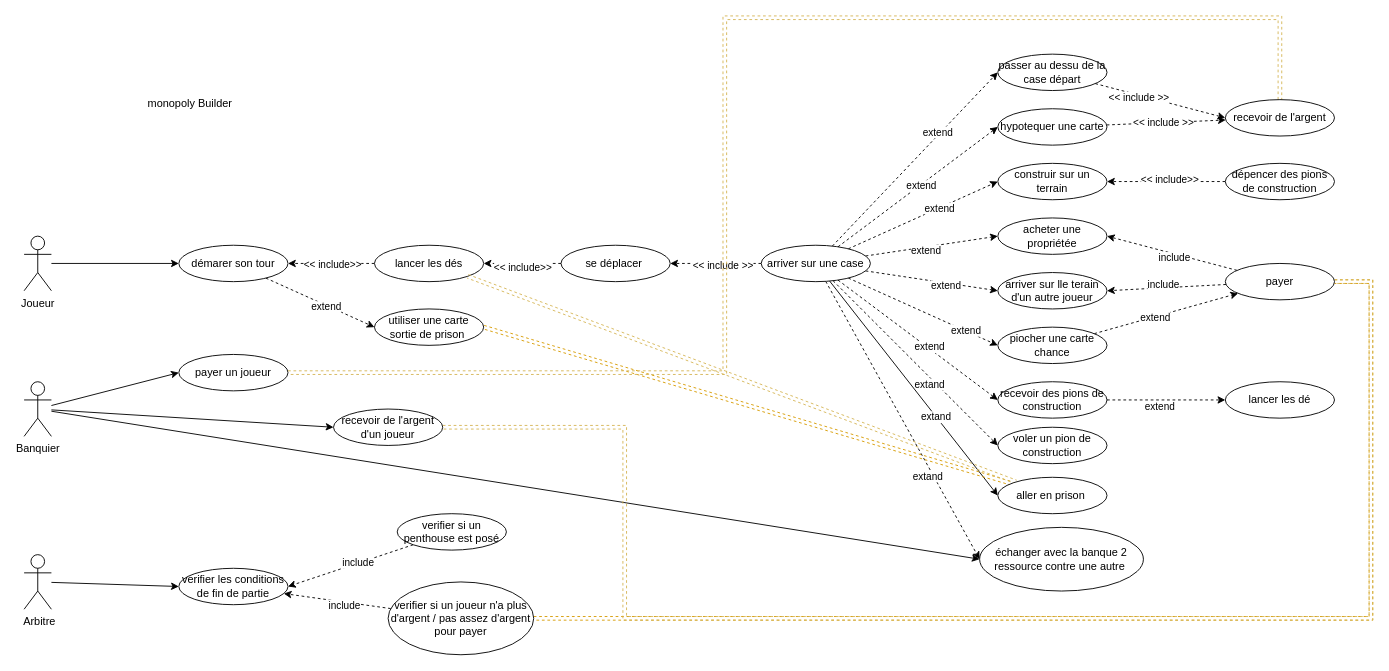
Above: B__Analyse/UseCaseDiagram.drawio in gazhonsepaskwa/builder (draw.io), before the change. Source tidied: cells renumbered, new cells numbered last; positions are measured from the earlier drawing's top-left corner, leaving out a move shared by most shapes. Both pictures are drawn from the tidied source at 91%, with x=0, y=0 at pixel (24, 17).
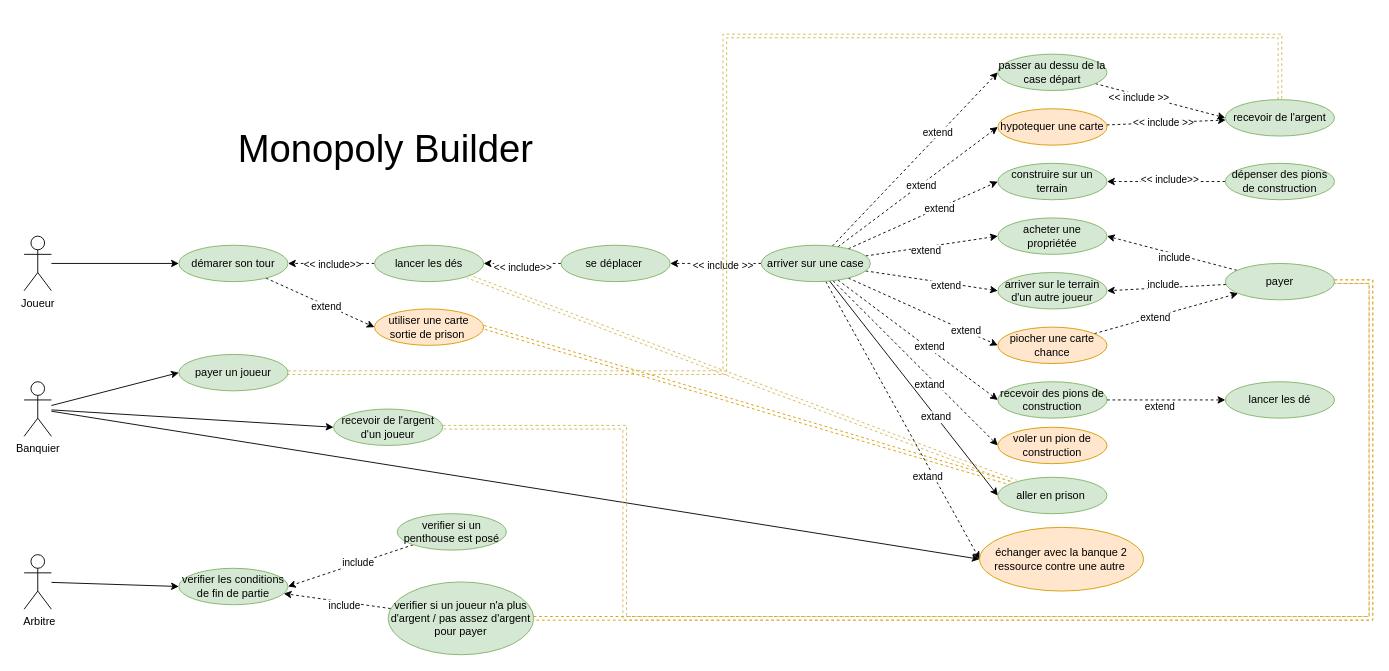
The same page after the edit.

Commit message:
USECASE: ajout d'importance

The edit, as a diff of the source:
```diff
@@
-    <mxCell id="10" value="monopoly Builder" style="text;html=1;strokeColor=none;fillColor=none;align=center;verticalAlign=middle;whiteSpace=wrap;rounded=0;" parent="1" vertex="1">
-      <mxGeometry x="110" y="80" width="145" height="30" as="geometry" />
+    <mxCell id="10" value="Monopoly Builder" style="text;html=1;strokeColor=none;fillColor=none;align=center;verticalAlign=middle;whiteSpace=wrap;rounded=0;fontSize=42;" parent="1" vertex="1">
+      <mxGeometry x="155" y="130" width="485" height="30" as="geometry" />
     </mxCell>
@@
-    <mxCell id="13" value="lancer les dés" style="ellipse;whiteSpace=wrap;html=1;" parent="1" vertex="1">
+    <mxCell id="13" value="lancer les dés" style="ellipse;whiteSpace=wrap;html=1;fillColor=#d5e8d4;strokeColor=#82b366;" parent="1" vertex="1">
       <mxGeometry x="385" y="250" width="120" height="40" as="geometry" />
     </mxCell>
@@
-    <mxCell id="16" value="se déplacer&amp;nbsp;" style="ellipse;whiteSpace=wrap;html=1;" parent="1" vertex="1">
+    <mxCell id="16" value="se déplacer&amp;nbsp;" style="ellipse;whiteSpace=wrap;html=1;fillColor=#d5e8d4;strokeColor=#82b366;" parent="1" vertex="1">
       <mxGeometry x="590" y="250" width="120" height="40" as="geometry" />
     </mxCell>
-    <mxCell id="17" value="acheter une propriétée" style="ellipse;whiteSpace=wrap;html=1;" parent="1" vertex="1">
+    <mxCell id="17" value="acheter une propriétée" style="ellipse;whiteSpace=wrap;html=1;fillColor=#d5e8d4;strokeColor=#82b366;" parent="1" vertex="1">
       <mxGeometry x="1070" y="220" width="120" height="40" as="geometry" />
     </mxCell>
-    <mxCell id="18" value="arriver sur lle terain d'un autre joueur" style="ellipse;whiteSpace=wrap;html=1;" parent="1" vertex="1">
+    <mxCell id="18" value="arriver sur le terrain d'un autre joueur" style="ellipse;whiteSpace=wrap;html=1;fillColor=#d5e8d4;strokeColor=#82b366;" parent="1" vertex="1">
       <mxGeometry x="1070" y="280" width="120" height="40" as="geometry" />
     </mxCell>
-    <mxCell id="19" value="construir sur un terrain" style="ellipse;whiteSpace=wrap;html=1;" parent="1" vertex="1">
+    <mxCell id="19" value="construire sur un terrain" style="ellipse;whiteSpace=wrap;html=1;fillColor=#d5e8d4;strokeColor=#82b366;" parent="1" vertex="1">
       <mxGeometry x="1070" y="160" width="120" height="40" as="geometry" />
     </mxCell>
@@
-    <mxCell id="22" value="piocher une carte chance" style="ellipse;whiteSpace=wrap;html=1;" parent="1" vertex="1">
+    <mxCell id="22" value="piocher une carte chance" style="ellipse;whiteSpace=wrap;html=1;fillColor=#ffe6cc;strokeColor=#d79b00;" parent="1" vertex="1">
       <mxGeometry x="1070" y="340" width="120" height="40" as="geometry" />
     </mxCell>
-    <mxCell id="23" value="payer un joueur" style="ellipse;whiteSpace=wrap;html=1;" parent="1" vertex="1">
+    <mxCell id="23" value="payer un joueur" style="ellipse;whiteSpace=wrap;html=1;fillColor=#d5e8d4;strokeColor=#82b366;" parent="1" vertex="1">
       <mxGeometry x="170" y="370" width="120" height="40" as="geometry" />
     </mxCell>
-    <mxCell id="24" value="verifier les conditions de fin de partie" style="ellipse;whiteSpace=wrap;html=1;" parent="1" vertex="1">
+    <mxCell id="24" value="verifier les conditions de fin de partie" style="ellipse;whiteSpace=wrap;html=1;fillColor=#d5e8d4;strokeColor=#82b366;" parent="1" vertex="1">
       <mxGeometry x="170" y="605" width="120" height="40" as="geometry" />
     </mxCell>
@@
-    <mxCell id="31" value="payer" style="ellipse;whiteSpace=wrap;html=1;" parent="1" vertex="1">
+    <mxCell id="31" value="payer" style="ellipse;whiteSpace=wrap;html=1;fillColor=#d5e8d4;strokeColor=#82b366;" parent="1" vertex="1">
       <mxGeometry x="1320" y="270" width="120" height="40" as="geometry" />
     </mxCell>
@@
-    <mxCell id="54" value="arriver sur une case" style="ellipse;whiteSpace=wrap;html=1;" parent="1" vertex="1">
+    <mxCell id="54" value="arriver sur une case" style="ellipse;whiteSpace=wrap;html=1;fillColor=#d5e8d4;strokeColor=#82b366;" parent="1" vertex="1">
       <mxGeometry x="810" y="250" width="120" height="40" as="geometry" />
     </mxCell>
@@
-    <mxCell id="57" value="démarer son tour" style="ellipse;whiteSpace=wrap;html=1;" parent="1" vertex="1">
+    <mxCell id="57" value="démarer son tour" style="ellipse;whiteSpace=wrap;html=1;fillColor=#d5e8d4;strokeColor=#82b366;" parent="1" vertex="1">
       <mxGeometry x="170" y="250" width="120" height="40" as="geometry" />
     </mxCell>
@@
-    <mxCell id="60" value="dépencer des pions de construction" style="ellipse;whiteSpace=wrap;html=1;" parent="1" vertex="1">
+    <mxCell id="60" value="dépenser des pions de construction" style="ellipse;whiteSpace=wrap;html=1;fillColor=#d5e8d4;strokeColor=#82b366;" parent="1" vertex="1">
       <mxGeometry x="1320" y="160" width="120" height="40" as="geometry" />
     </mxCell>
@@
-    <mxCell id="63" value="recevoir des pions de construction" style="ellipse;whiteSpace=wrap;html=1;" parent="1" vertex="1">
+    <mxCell id="63" value="recevoir des pions de construction" style="ellipse;whiteSpace=wrap;html=1;fillColor=#d5e8d4;strokeColor=#82b366;" parent="1" vertex="1">
       <mxGeometry x="1070" y="400" width="120" height="40" as="geometry" />
     </mxCell>
-    <mxCell id="64" value="voler un pion de construction" style="ellipse;whiteSpace=wrap;html=1;" parent="1" vertex="1">
+    <mxCell id="64" value="voler un pion de construction" style="ellipse;whiteSpace=wrap;html=1;fillColor=#ffe6cc;strokeColor=#d79b00;" parent="1" vertex="1">
       <mxGeometry x="1070" y="450" width="120" height="40" as="geometry" />
     </mxCell>
@@
-    <mxCell id="67" value="aller en prison&amp;nbsp;" style="ellipse;whiteSpace=wrap;html=1;" parent="1" vertex="1">
+    <mxCell id="67" value="aller en prison&amp;nbsp;" style="ellipse;whiteSpace=wrap;html=1;fillColor=#d5e8d4;strokeColor=#82b366;" parent="1" vertex="1">
       <mxGeometry x="1070" y="505" width="120" height="40" as="geometry" />
     </mxCell>
-    <mxCell id="68" value="lancer les dé" style="ellipse;whiteSpace=wrap;html=1;" parent="1" vertex="1">
+    <mxCell id="68" value="lancer les dé" style="ellipse;whiteSpace=wrap;html=1;fillColor=#d5e8d4;strokeColor=#82b366;" parent="1" vertex="1">
       <mxGeometry x="1320" y="400" width="120" height="40" as="geometry" />
     </mxCell>
-    <mxCell id="69" value="échanger avec la banque 2 ressource contre une autre&amp;nbsp;" style="ellipse;whiteSpace=wrap;html=1;" parent="1" vertex="1">
+    <mxCell id="69" value="échanger avec la banque 2 ressource contre une autre&amp;nbsp;" style="ellipse;whiteSpace=wrap;html=1;fillColor=#ffe6cc;strokeColor=#d79b00;" parent="1" vertex="1">
       <mxGeometry x="1050" y="560" width="180" height="70" as="geometry" />
     </mxCell>
@@
-    <mxCell id="72" value="verifier si un penthouse est posé" style="ellipse;whiteSpace=wrap;html=1;" parent="1" vertex="1">
+    <mxCell id="72" value="verifier si un penthouse est posé" style="ellipse;whiteSpace=wrap;html=1;fillColor=#d5e8d4;strokeColor=#82b366;" parent="1" vertex="1">
       <mxGeometry x="410" y="545" width="120" height="40" as="geometry" />
     </mxCell>
@@
-    <mxCell id="75" value="verifier si un joueur n'a plus d'argent / pas assez d'argent pour payer" style="ellipse;whiteSpace=wrap;html=1;" parent="1" vertex="1">
+    <mxCell id="75" value="verifier si un joueur n'a plus d'argent / pas assez d'argent pour payer" style="ellipse;whiteSpace=wrap;html=1;fillColor=#d5e8d4;strokeColor=#82b366;" parent="1" vertex="1">
       <mxGeometry x="400" y="620" width="160" height="80" as="geometry" />
     </mxCell>
-    <mxCell id="76" value="utiliser une carte sortie de prison&amp;nbsp;" style="ellipse;whiteSpace=wrap;html=1;" parent="1" vertex="1">
+    <mxCell id="76" value="utiliser une carte sortie de prison&amp;nbsp;" style="ellipse;whiteSpace=wrap;html=1;fillColor=#ffe6cc;strokeColor=#d79b00;" parent="1" vertex="1">
       <mxGeometry x="385" y="320" width="120" height="40" as="geometry" />
     </mxCell>
@@
-    <mxCell id="79" value="hypotequer une carte" style="ellipse;whiteSpace=wrap;html=1;" parent="1" vertex="1">
+    <mxCell id="79" value="hypotequer une carte" style="ellipse;whiteSpace=wrap;html=1;fillColor=#ffe6cc;strokeColor=#d79b00;" parent="1" vertex="1">
       <mxGeometry x="1070" y="100" width="120" height="40" as="geometry" />
     </mxCell>
-    <mxCell id="80" value="recevoir de l'argent d'un joueur" style="ellipse;whiteSpace=wrap;html=1;" parent="1" vertex="1">
+    <mxCell id="80" value="recevoir de l'argent d'un joueur" style="ellipse;whiteSpace=wrap;html=1;fillColor=#d5e8d4;strokeColor=#82b366;" parent="1" vertex="1">
       <mxGeometry x="340" y="430" width="120" height="40" as="geometry" />
     </mxCell>
     <mxCell id="81" style="edgeStyle=orthogonalEdgeStyle;rounded=0;jettySize=auto;html=1;entryX=1;entryY=0.5;entryDx=0;entryDy=0;dashed=1;shape=link;fillColor=#fff2cc;strokeColor=#d6b656;" parent="1" edge="1" source="82" target="23">
       <mxGeometry relative="1" as="geometry">
         <Array as="points">
-          <mxPoint x="1380" />
-          <mxPoint x="770" />
+          <mxPoint x="1380" y="20" />
+          <mxPoint x="770" y="20" />
           <mxPoint x="770" y="390" />
         </Array>
       </mxGeometry>
     </mxCell>
-    <mxCell id="82" value="recevoir de l'argent" style="ellipse;whiteSpace=wrap;html=1;" parent="1" vertex="1">
+    <mxCell id="82" value="recevoir de l'argent" style="ellipse;whiteSpace=wrap;html=1;fillColor=#d5e8d4;strokeColor=#82b366;" parent="1" vertex="1">
       <mxGeometry x="1320" y="90" width="120" height="40" as="geometry" />
     </mxCell>
@@
-    <mxCell id="85" value="passer au dessu de la case départ" style="ellipse;whiteSpace=wrap;html=1;" parent="1" vertex="1">
+    <mxCell id="85" value="passer au dessu de la case départ" style="ellipse;whiteSpace=wrap;html=1;fillColor=#d5e8d4;strokeColor=#82b366;" parent="1" vertex="1">
       <mxGeometry x="1070" y="40" width="120" height="40" as="geometry" />
     </mxCell>
```
